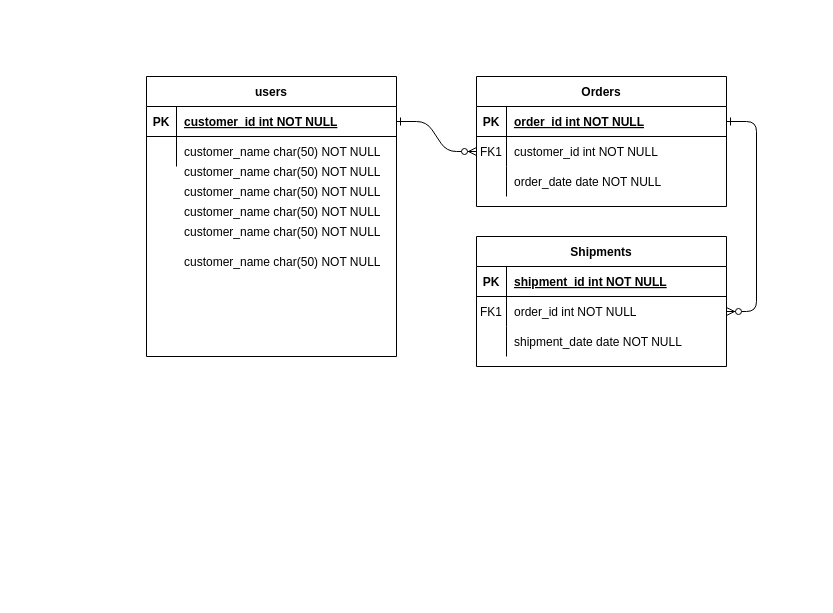
Earlier version of the draw.io diagram YoutubeER/제목 없는 다이어그램.drawio (ljs7143/DataBase-). Source tidied: cells renumbered, new cells numbered last; positions are measured from the earlier drawing's top-left corner, leaving out a move shared by most shapes. Both pictures are drawn from the tidied source at 100%, with x=0, y=0 at pixel (146, 76).
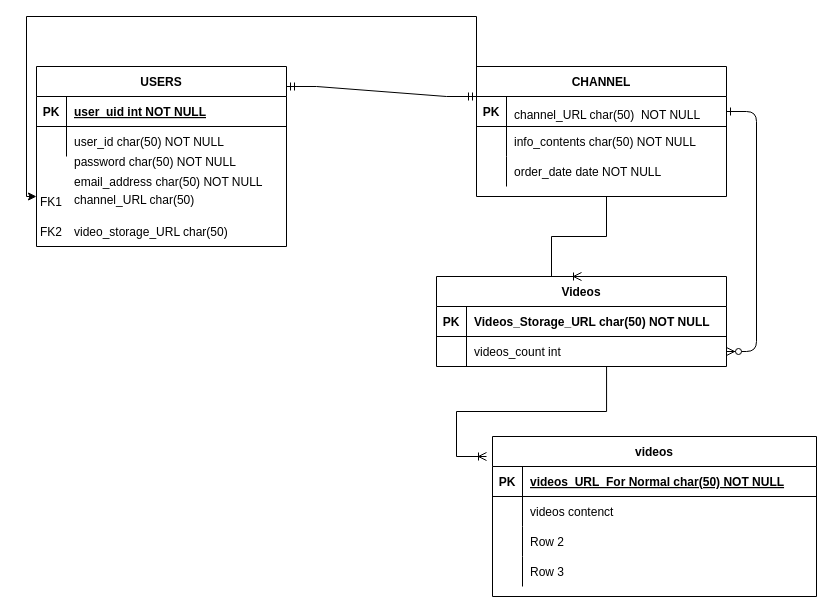
Above is the later version.

Commit message:
제목 없는 다이어그램.drawio 업데이트

The change refers to these unchanged cells:
```xml
<mxCell id="5" style="shape=partialRectangle;fillColor=none;points=[[0,0.5],[1,0.5]];portConstraint=eastwest;top=0;left=0;right=0;bottom=1;" parent="4" vertex="1">
  <mxGeometry y="30" width="250" height="30" as="geometry" />
</mxCell>
<mxCell id="8" style="shape=partialRectangle;fillColor=none;points=[[0,0.5],[1,0.5]];portConstraint=eastwest;top=0;left=0;right=0;bottom=0;" parent="4" vertex="1">
  <mxGeometry y="60" width="250" height="30" as="geometry" />
</mxCell>
<mxCell id="25" style="shape=partialRectangle;fillColor=none;points=[[0,0.5],[1,0.5]];portConstraint=eastwest;top=0;left=0;right=0;bottom=1;" parent="24" vertex="1">
  <mxGeometry y="30" width="250" height="30" as="geometry" />
</mxCell>
<mxCell id="28" style="shape=partialRectangle;fillColor=none;top=0;left=0;right=0;bottom=0;" parent="24" vertex="1">
  <mxGeometry y="60" width="250" height="30" as="geometry" />
</mxCell>
```

Change to the diagram source:
```diff
@@
-    <mxCell id="2" style="edgeStyle=entityRelationEdgeStyle;endArrow=ERzeroToMany;startArrow=ERone;endFill=1;startFill=0;" parent="1" edge="1" source="25" target="8">
-      <mxGeometry relative="1" as="geometry" />
-    </mxCell>
@@
-    <mxCell id="4" value="Orders" style="shape=table;startSize=30;childLayout=tableLayout;rowLines=0;fontStyle=1;align=center;" parent="1" vertex="1">
-      <mxGeometry x="330" width="250" height="130" as="geometry" />
+    <mxCell id="4" value="CHANNEL" style="shape=table;startSize=30;childLayout=tableLayout;rowLines=0;fontStyle=1;align=center;" parent="1" vertex="1">
+      <mxGeometry x="330" y="-10" width="250" height="130" as="geometry" />
     </mxCell>
@@
-    <mxCell id="7" value="order_id int NOT NULL " style="shape=partialRectangle;overflow=hidden;fillColor=none;top=0;left=0;bottom=0;right=0;align=left;spacingLeft=6;fontStyle=5;" parent="5" vertex="1">
+    <mxCell id="7" style="shape=partialRectangle;overflow=hidden;fillColor=none;top=0;left=0;bottom=0;right=0;align=left;spacingLeft=6;fontStyle=5;" parent="5" vertex="1">
       <mxGeometry x="30" width="220" height="30" as="geometry" />
     </mxCell>
@@
-    <mxCell id="9" value="FK1" style="shape=partialRectangle;overflow=hidden;fillColor=none;top=0;left=0;bottom=0;right=0;" parent="8" vertex="1">
+    <mxCell id="9" style="shape=partialRectangle;overflow=hidden;fillColor=none;top=0;left=0;bottom=0;right=0;" parent="8" vertex="1">
       <mxGeometry width="30" height="30" as="geometry" />
     </mxCell>
-    <mxCell id="10" value="customer_id int NOT NULL" style="shape=partialRectangle;overflow=hidden;fillColor=none;top=0;left=0;bottom=0;right=0;align=left;spacingLeft=6;" parent="8" vertex="1">
+    <mxCell id="10" value="info_contents char(50) NOT NULL" style="shape=partialRectangle;overflow=hidden;fillColor=none;top=0;left=0;bottom=0;right=0;align=left;spacingLeft=6;" parent="8" vertex="1">
       <mxGeometry x="30" width="220" height="30" as="geometry" />
     </mxCell>
@@
-    <mxCell id="14" value="Shipments" style="shape=table;startSize=30;childLayout=tableLayout;rowLines=0;fontStyle=1;align=center;" parent="1" vertex="1">
-      <mxGeometry x="330" y="160" width="250" height="130" as="geometry" />
+    <mxCell id="14" value="Videos" style="shape=table;startSize=30;childLayout=tableLayout;rowLines=0;fontStyle=1;align=center;" parent="1" vertex="1">
+      <mxGeometry x="290" y="200" width="290" height="90" as="geometry" />
     </mxCell>
     <mxCell id="15" style="shape=partialRectangle;fillColor=none;top=0;left=0;right=0;bottom=1;" parent="14" vertex="1">
-      <mxGeometry y="30" width="250" height="30" as="geometry" />
+      <mxGeometry y="30" width="290" height="30" as="geometry" />
     </mxCell>
@@
-    <mxCell id="17" value="shipment_id int NOT NULL " style="shape=partialRectangle;overflow=hidden;fillColor=none;top=0;left=0;bottom=0;right=0;align=left;spacingLeft=6;fontStyle=5;" parent="15" vertex="1">
-      <mxGeometry x="30" width="220" height="30" as="geometry" />
+    <mxCell id="17" value="Videos_Storage_URL char(50) NOT NULL" style="shape=partialRectangle;overflow=hidden;fillColor=none;top=0;left=0;bottom=0;right=0;align=left;spacingLeft=6;fontStyle=1;" parent="15" vertex="1">
+      <mxGeometry x="30" width="260" height="30" as="geometry" />
     </mxCell>
     <mxCell id="18" style="shape=partialRectangle;fillColor=none;points=[[0,0.5],[1,0.5]];portConstraint=eastwest;top=0;left=0;right=0;bottom=0;" parent="14" vertex="1">
-      <mxGeometry y="60" width="250" height="30" as="geometry" />
+      <mxGeometry y="60" width="290" height="30" as="geometry" />
     </mxCell>
-    <mxCell id="19" value="FK1" style="shape=partialRectangle;overflow=hidden;fillColor=none;top=0;left=0;bottom=0;right=0;" parent="18" vertex="1">
+    <mxCell id="19" style="shape=partialRectangle;overflow=hidden;fillColor=none;top=0;left=0;bottom=0;right=0;" parent="18" vertex="1">
       <mxGeometry width="30" height="30" as="geometry" />
     </mxCell>
-    <mxCell id="20" value="order_id int NOT NULL" style="shape=partialRectangle;overflow=hidden;fillColor=none;top=0;left=0;bottom=0;right=0;align=left;spacingLeft=6;" parent="18" vertex="1">
-      <mxGeometry x="30" width="220" height="30" as="geometry" />
+    <mxCell id="20" value="videos_count int " style="shape=partialRectangle;overflow=hidden;fillColor=none;top=0;left=0;bottom=0;right=0;align=left;spacingLeft=6;" parent="18" vertex="1">
+      <mxGeometry x="30" width="260" height="30" as="geometry" />
     </mxCell>
-    <mxCell id="21" style="shape=partialRectangle;fillColor=none;top=0;left=0;right=0;bottom=0;" parent="14" vertex="1">
-      <mxGeometry y="90" width="250" height="30" as="geometry" />
-    </mxCell>
-    <mxCell id="22" style="shape=partialRectangle;overflow=hidden;fillColor=none;top=0;left=0;bottom=0;right=0;" parent="21" vertex="1">
-      <mxGeometry width="30" height="30" as="geometry" />
-    </mxCell>
-    <mxCell id="23" value="shipment_date date NOT NULL" style="shape=partialRectangle;overflow=hidden;fillColor=none;top=0;left=0;bottom=0;right=0;align=left;spacingLeft=6;" parent="21" vertex="1">
-      <mxGeometry x="30" width="220" height="30" as="geometry" />
-    </mxCell>
-    <mxCell id="24" value="users" style="shape=table;startSize=30;childLayout=tableLayout;rowLines=0;fontStyle=1;align=center;" parent="1" vertex="1">
-      <mxGeometry width="250" height="280" as="geometry" />
+    <mxCell id="24" value="USERS" style="shape=table;startSize=30;childLayout=tableLayout;rowLines=0;fontStyle=1;align=center;" parent="1" vertex="1">
+      <mxGeometry x="-110" y="-10" width="250" height="180" as="geometry" />
     </mxCell>
@@
-    <mxCell id="27" value="customer_id int NOT NULL " style="shape=partialRectangle;overflow=hidden;fillColor=none;top=0;left=0;bottom=0;right=0;align=left;spacingLeft=6;fontStyle=5;" parent="25" vertex="1">
+    <mxCell id="27" value="user_uid int NOT NULL" style="shape=partialRectangle;overflow=hidden;fillColor=none;top=0;left=0;bottom=0;right=0;align=left;spacingLeft=6;fontStyle=5;" parent="25" vertex="1">
       <mxGeometry x="30" width="220" height="30" as="geometry" />
     </mxCell>
@@
-    <mxCell id="30" value="customer_name char(50) NOT NULL" style="shape=partialRectangle;overflow=hidden;fillColor=none;top=0;left=0;bottom=0;right=0;align=left;spacingLeft=6;" parent="28" vertex="1">
+    <mxCell id="30" value="user_id char(50) NOT NULL" style="shape=partialRectangle;overflow=hidden;fillColor=none;top=0;left=0;bottom=0;right=0;align=left;spacingLeft=6;" parent="28" vertex="1">
       <mxGeometry x="30" width="220" height="30" as="geometry" />
     </mxCell>
-    <mxCell id="31" value="customer_name char(50) NOT NULL" style="shape=partialRectangle;overflow=hidden;fillColor=none;top=0;left=0;bottom=0;right=0;align=left;spacingLeft=6;" parent="1" vertex="1">
-      <mxGeometry x="30" y="80" width="220" height="30" as="geometry" />
+    <mxCell id="31" value="password char(50) NOT NULL" style="shape=partialRectangle;overflow=hidden;fillColor=none;top=0;left=0;bottom=0;right=0;align=left;spacingLeft=6;" parent="1" vertex="1">
+      <mxGeometry x="-80" y="70" width="220" height="30" as="geometry" />
     </mxCell>
-    <mxCell id="32" value="customer_name char(50) NOT NULL" style="shape=partialRectangle;overflow=hidden;fillColor=none;top=0;left=0;bottom=0;right=0;align=left;spacingLeft=6;" parent="1" vertex="1">
-      <mxGeometry x="30" y="100" width="220" height="30" as="geometry" />
+    <mxCell id="32" value="email_address char(50) NOT NULL" style="shape=partialRectangle;overflow=hidden;fillColor=none;top=0;left=0;bottom=0;right=0;align=left;spacingLeft=6;" parent="1" vertex="1">
+      <mxGeometry x="-80" y="90" width="220" height="30" as="geometry" />
     </mxCell>
-    <mxCell id="33" value="customer_name char(50) NOT NULL" style="shape=partialRectangle;overflow=hidden;fillColor=none;top=0;left=0;bottom=0;right=0;align=left;spacingLeft=6;" parent="1" vertex="1">
-      <mxGeometry x="30" y="120" width="220" height="30" as="geometry" />
+    <mxCell id="33" value="channel_URL char(50) &#10;" style="shape=partialRectangle;overflow=hidden;fillColor=none;top=0;left=0;bottom=0;right=0;align=left;spacingLeft=6;" parent="1" vertex="1">
+      <mxGeometry x="-80" y="115" width="220" height="30" as="geometry" />
     </mxCell>
-    <mxCell id="34" value="customer_name char(50) NOT NULL" style="shape=partialRectangle;overflow=hidden;fillColor=none;top=0;left=0;bottom=0;right=0;align=left;spacingLeft=6;" parent="1" vertex="1">
-      <mxGeometry x="30" y="140" width="220" height="30" as="geometry" />
+    <mxCell id="34" value="video_storage_URL char(50)" style="shape=partialRectangle;overflow=hidden;fillColor=none;top=0;left=0;bottom=0;right=0;align=left;spacingLeft=6;" parent="1" vertex="1">
+      <mxGeometry x="-80" y="140" width="220" height="30" as="geometry" />
     </mxCell>
-    <mxCell id="35" value="customer_name char(50) NOT NULL" style="shape=partialRectangle;overflow=hidden;fillColor=none;top=0;left=0;bottom=0;right=0;align=left;spacingLeft=6;" parent="1" vertex="1">
-      <mxGeometry x="30" y="170" width="220" height="30" as="geometry" />
-    </mxCell>
+    <mxCell id="36" value="FK1" style="shape=partialRectangle;overflow=hidden;fillColor=none;top=0;left=0;bottom=0;right=0;" parent="1" vertex="1">
+      <mxGeometry x="-130" y="110" width="70" height="30" as="geometry" />
+    </mxCell>
+    <mxCell id="37" value="FK2" style="shape=partialRectangle;overflow=hidden;fillColor=none;top=0;left=0;bottom=0;right=0;" parent="1" vertex="1">
+      <mxGeometry x="-110" y="140" width="30" height="30" as="geometry" />
+    </mxCell>
+    <mxCell id="38" value="channel_URL char(50)  NOT NULL&#10;" style="shape=partialRectangle;overflow=hidden;fillColor=none;top=0;left=0;bottom=0;right=0;align=left;spacingLeft=6;" parent="1" vertex="1">
+      <mxGeometry x="360" y="30" width="220" height="30" as="geometry" />
+    </mxCell>
+    <mxCell id="39" style="edgeStyle=orthogonalEdgeStyle;rounded=0;jettySize=auto;html=1;exitX=0;exitY=0.5;exitDx=0;exitDy=0;" parent="1" edge="1" source="5">
+      <mxGeometry relative="1" as="geometry">
+        <mxPoint x="-110" y="120" as="targetPoint" />
+        <Array as="points">
+          <mxPoint x="330" y="-60" />
+          <mxPoint x="-120" y="-60" />
+        </Array>
+      </mxGeometry>
+    </mxCell>
+    <mxCell id="40" style="edgeStyle=entityRelationEdgeStyle;fontSize=12;html=1;endArrow=ERmandOne;startArrow=ERmandOne;rounded=0;" parent="1" edge="1">
+      <mxGeometry relative="1" as="geometry">
+        <mxPoint x="140" y="10" as="sourcePoint" />
+        <mxPoint x="330" y="20" as="targetPoint" />
+      </mxGeometry>
+    </mxCell>
+    <mxCell id="41" style="edgeStyle=entityRelationEdgeStyle;fontSize=12;html=1;endArrow=ERoneToMany;rounded=0;entryX=0.5;entryY=0;entryDx=0;entryDy=0;" parent="1" edge="1" target="14">
+      <mxGeometry relative="1" as="geometry">
+        <mxPoint x="430" y="120" as="sourcePoint" />
+      </mxGeometry>
+    </mxCell>
+    <mxCell id="42" style="edgeStyle=entityRelationEdgeStyle;fontSize=12;html=1;endArrow=ERoneToMany;rounded=0;exitX=0.483;exitY=1;exitDx=0;exitDy=0;exitPerimeter=0;" parent="1" edge="1" source="18">
+      <mxGeometry relative="1" as="geometry">
+        <mxPoint x="340" y="380" as="targetPoint" />
+      </mxGeometry>
+    </mxCell>
+    <mxCell id="43" value="videos" style="shape=table;startSize=30;childLayout=tableLayout;rowLines=0;fontStyle=1;align=center;" parent="1" vertex="1">
+      <mxGeometry x="346" y="360" width="324" height="160" as="geometry" />
+    </mxCell>
+    <mxCell id="44" style="shape=tableRow;horizontal=0;startSize=0;swimlaneHead=0;swimlaneBody=0;fillColor=none;top=0;left=0;right=0;bottom=1;" parent="43" vertex="1">
+      <mxGeometry y="30" width="324" height="30" as="geometry" />
+    </mxCell>
+    <mxCell id="45" value="PK" style="shape=partialRectangle;fillColor=none;top=0;left=0;bottom=0;right=0;fontStyle=1;overflow=hidden;" parent="44" vertex="1">
+      <mxGeometry width="30" height="30" as="geometry" />
+    </mxCell>
+    <mxCell id="46" value="videos_URL_For Normal char(50) NOT NULL" style="shape=partialRectangle;fillColor=none;top=0;left=0;bottom=0;right=0;align=left;spacingLeft=6;fontStyle=5;overflow=hidden;" parent="44" vertex="1">
+      <mxGeometry x="30" width="294" height="30" as="geometry" />
+    </mxCell>
+    <mxCell id="47" style="shape=tableRow;horizontal=0;startSize=0;swimlaneHead=0;swimlaneBody=0;fillColor=none;top=0;left=0;right=0;bottom=0;" parent="43" vertex="1">
+      <mxGeometry y="60" width="324" height="30" as="geometry" />
+    </mxCell>
+    <mxCell id="48" style="shape=partialRectangle;fillColor=none;top=0;left=0;bottom=0;right=0;overflow=hidden;" parent="47" vertex="1">
+      <mxGeometry width="30" height="30" as="geometry" />
+    </mxCell>
+    <mxCell id="49" value="videos contenct" style="shape=partialRectangle;fillColor=none;top=0;left=0;bottom=0;right=0;align=left;spacingLeft=6;overflow=hidden;" parent="47" vertex="1">
+      <mxGeometry x="30" width="294" height="30" as="geometry" />
+    </mxCell>
+    <mxCell id="50" style="shape=tableRow;horizontal=0;startSize=0;swimlaneHead=0;swimlaneBody=0;fillColor=none;top=0;left=0;right=0;bottom=0;" parent="43" vertex="1">
+      <mxGeometry y="90" width="324" height="30" as="geometry" />
+    </mxCell>
+    <mxCell id="51" style="shape=partialRectangle;fillColor=none;top=0;left=0;bottom=0;right=0;overflow=hidden;" parent="50" vertex="1">
+      <mxGeometry width="30" height="30" as="geometry" />
+    </mxCell>
+    <mxCell id="52" value="Row 2" style="shape=partialRectangle;fillColor=none;top=0;left=0;bottom=0;right=0;align=left;spacingLeft=6;overflow=hidden;" parent="50" vertex="1">
+      <mxGeometry x="30" width="294" height="30" as="geometry" />
+    </mxCell>
+    <mxCell id="53" style="shape=tableRow;horizontal=0;startSize=0;swimlaneHead=0;swimlaneBody=0;fillColor=none;top=0;left=0;right=0;bottom=0;" parent="43" vertex="1">
+      <mxGeometry y="120" width="324" height="30" as="geometry" />
+    </mxCell>
+    <mxCell id="54" style="shape=partialRectangle;fillColor=none;top=0;left=0;bottom=0;right=0;overflow=hidden;" parent="53" vertex="1">
+      <mxGeometry width="30" height="30" as="geometry" />
+    </mxCell>
+    <mxCell id="55" value="Row 3" style="shape=partialRectangle;fillColor=none;top=0;left=0;bottom=0;right=0;align=left;spacingLeft=6;overflow=hidden;" parent="53" vertex="1">
+      <mxGeometry x="30" width="294" height="30" as="geometry" />
+    </mxCell>
```
